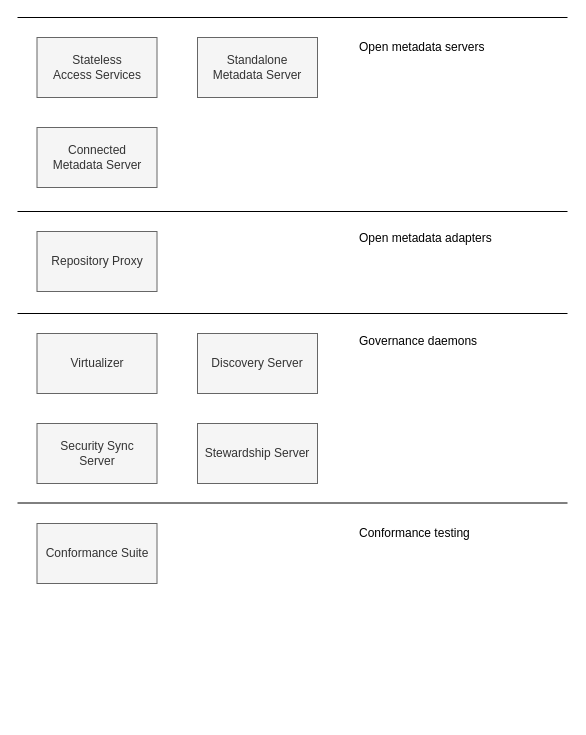
Above: page "server-personalities" (2 of 13) of open-metadata-implementation/admin-services/docs/egeria-operations.drawio in planetf1/egeria (draw.io), before the change. Source tidied: cells renumbered, new cells numbered last; positions are measured from the earlier drawing's top-left corner, leaving out a move shared by most shapes. Both pictures are drawn from the tidied source at 100%, with x=0, y=0 at pixel (17, 17).
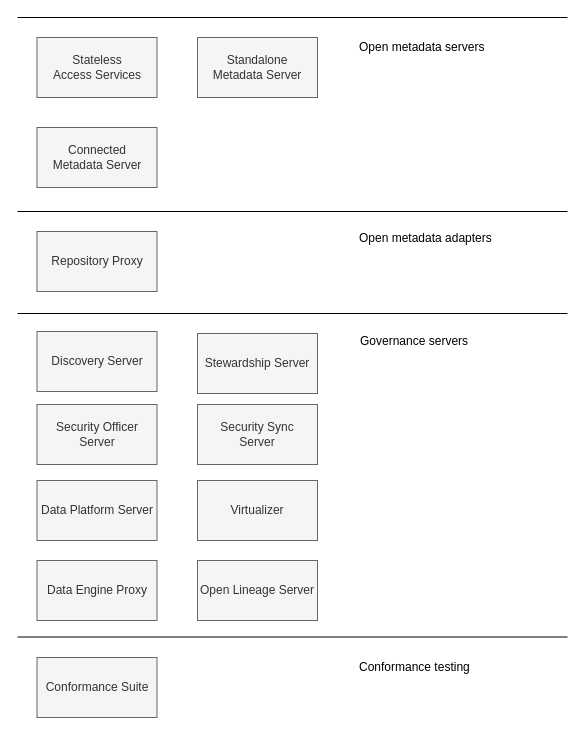
The same page after the edit.

Change to the diagram source:
```diff
@@
     <mxCell id="3" value="Virtualizer" style="rounded=0;whiteSpace=wrap;html=1;fillColor=#f5f5f5;strokeColor=#666666;fontColor=#333333;" parent="1" vertex="1">
-      <mxGeometry x="19.5" y="316" width="120" height="60" as="geometry" />
+      <mxGeometry x="180" y="463" width="120" height="60" as="geometry" />
     </mxCell>
     <mxCell id="4" value="Security Sync&lt;br&gt;Server&lt;br&gt;" style="rounded=0;whiteSpace=wrap;html=1;fillColor=#f5f5f5;strokeColor=#666666;fontColor=#333333;" parent="1" vertex="1">
-      <mxGeometry x="19.5" y="406" width="120" height="60" as="geometry" />
+      <mxGeometry x="180" y="387" width="120" height="60" as="geometry" />
     </mxCell>
     <mxCell id="5" value="Discovery Server&lt;br&gt;" style="rounded=0;whiteSpace=wrap;html=1;fillColor=#f5f5f5;strokeColor=#666666;fontColor=#333333;" parent="1" vertex="1">
-      <mxGeometry x="180" y="316" width="120" height="60" as="geometry" />
+      <mxGeometry x="19.5" y="314" width="120" height="60" as="geometry" />
     </mxCell>
     <mxCell id="6" value="Stewardship Server&lt;br&gt;" style="rounded=0;whiteSpace=wrap;html=1;fillColor=#f5f5f5;strokeColor=#666666;fontColor=#333333;" parent="1" vertex="1">
-      <mxGeometry x="180" y="406" width="120" height="60" as="geometry" />
+      <mxGeometry x="180" y="316" width="120" height="60" as="geometry" />
     </mxCell>
     <mxCell id="7" value="Conformance Suite&lt;br&gt;" style="rounded=0;whiteSpace=wrap;html=1;fillColor=#f5f5f5;strokeColor=#666666;fontColor=#333333;" parent="1" vertex="1">
-      <mxGeometry x="19.5" y="506" width="120" height="60" as="geometry" />
+      <mxGeometry x="19.5" y="640" width="120" height="60" as="geometry" />
     </mxCell>
@@
-    <mxCell id="12" value="Governance daemons" style="text;html=1;align=left;verticalAlign=top;spacingTop=-4;fontSize=12;" parent="1" vertex="1">
-      <mxGeometry x="340" y="314" width="130" height="20" as="geometry" />
+    <mxCell id="12" value="Governance servers" style="text;html=1;align=left;verticalAlign=top;spacingTop=-4;fontSize=12;" parent="1" vertex="1">
+      <mxGeometry x="340.5" y="314" width="120" height="20" as="geometry" />
     </mxCell>
     <mxCell id="13" value="Conformance testing" style="text;html=1;align=left;verticalAlign=top;spacingTop=-4;fontSize=12;" parent="1" vertex="1">
-      <mxGeometry x="340" y="506" width="130" height="20" as="geometry" />
+      <mxGeometry x="340" y="640" width="130" height="20" as="geometry" />
     </mxCell>
@@
     <mxCell id="15" style="endArrow=none;html=1;fontSize=12;" parent="1" edge="1">
       <mxGeometry relative="1" as="geometry">
-        <mxPoint x="550" y="485.5" as="sourcePoint" />
-        <mxPoint y="485.5" as="targetPoint" />
+        <mxPoint x="550" y="619.5" as="sourcePoint" />
+        <mxPoint y="619.5" as="targetPoint" />
       </mxGeometry>
     </mxCell>
@@
+    <mxCell id="19" value="Security Officer Server" style="rounded=0;whiteSpace=wrap;html=1;fillColor=#f5f5f5;strokeColor=#666666;fontColor=#333333;" parent="1" vertex="1">
+      <mxGeometry x="19.5" y="387" width="120" height="60" as="geometry" />
+    </mxCell>
+    <mxCell id="20" value="Data Engine Proxy" style="rounded=0;whiteSpace=wrap;html=1;fillColor=#f5f5f5;strokeColor=#666666;fontColor=#333333;" parent="1" vertex="1">
+      <mxGeometry x="19.5" y="543" width="120" height="60" as="geometry" />
+    </mxCell>
+    <mxCell id="21" value="Data Platform Server" style="rounded=0;whiteSpace=wrap;html=1;fillColor=#f5f5f5;strokeColor=#666666;fontColor=#333333;" parent="1" vertex="1">
+      <mxGeometry x="19.5" y="463" width="120" height="60" as="geometry" />
+    </mxCell>
+    <mxCell id="22" value="Open Lineage Server" style="rounded=0;whiteSpace=wrap;html=1;fillColor=#f5f5f5;strokeColor=#666666;fontColor=#333333;" parent="1" vertex="1">
+      <mxGeometry x="180" y="543" width="120" height="60" as="geometry" />
+    </mxCell>
```
